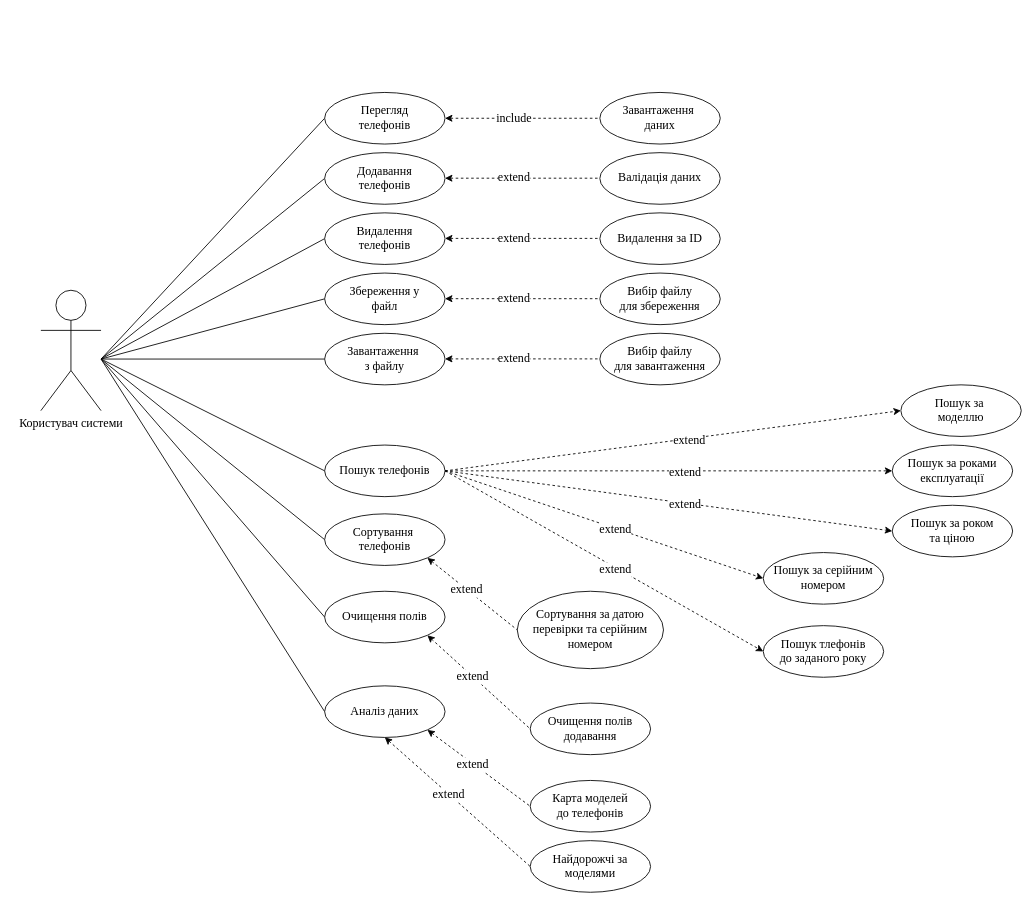
Above: usage-chart.drawio in HikiIN/mobile-inventory (draw.io), before the change. Source tidied: cells renumbered, new cells numbered last; positions are measured from the earlier drawing's top-left corner, leaving out a move shared by most shapes. Both pictures are drawn from the tidied source at 86%, with x=0, y=0 at pixel (40, 92).
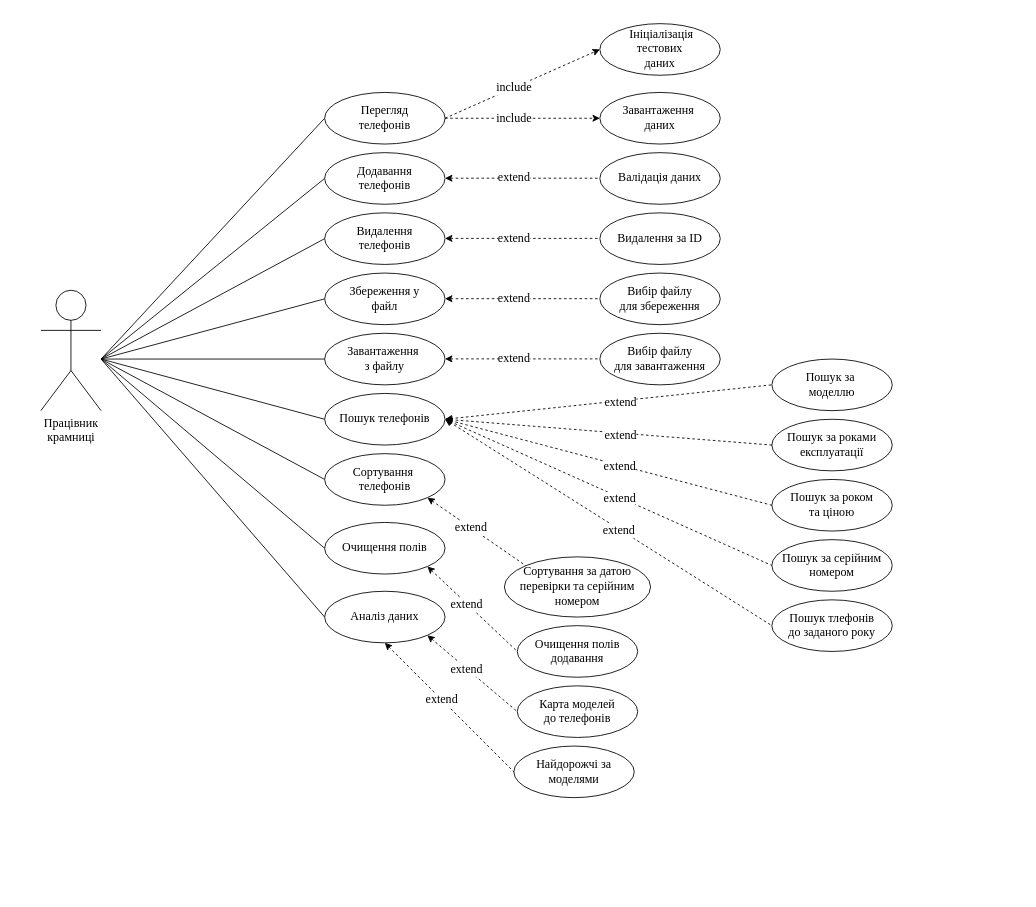
The same diagram, later.

The change refers to these unchanged cells:
```xml
<mxCell id="14" value="&lt;font style=&quot;font-size: 14px;&quot; face=&quot;Times New Roman&quot;&gt;Перегляд&lt;/font&gt;&lt;div&gt;&lt;font style=&quot;font-size: 14px;&quot; face=&quot;Times New Roman&quot;&gt;телефонів&lt;/font&gt;&lt;/div&gt;" style="ellipse;whiteSpace=wrap;html=1;" parent="1" vertex="1">
  <mxGeometry x="330" width="140" height="60" as="geometry" />
</mxCell>
<mxCell id="25" value="&lt;font face=&quot;Times New Roman&quot;&gt;&lt;span style=&quot;font-size: 14px;&quot;&gt;Завантаження&amp;nbsp;&lt;/span&gt;&lt;/font&gt;&lt;div&gt;&lt;font face=&quot;Times New Roman&quot;&gt;&lt;span style=&quot;font-size: 14px;&quot;&gt;даних&lt;/span&gt;&lt;/font&gt;&lt;/div&gt;" style="ellipse;whiteSpace=wrap;html=1;" parent="1" vertex="1">
  <mxGeometry x="650" width="140" height="60" as="geometry" />
</mxCell>
```

Diff of the diagram source:
```diff
@@
+    <mxCell id="63" style="rounded=0;whiteSpace=wrap;html=1;strokeColor=none;" parent="1" vertex="1">
+      <mxGeometry x="-30" y="-90" width="1030" height="920" as="geometry" />
+    </mxCell>
@@
-    <mxCell id="11" value="&lt;font face=&quot;Times New Roman&quot; style=&quot;font-size: 14px;&quot;&gt;Користувач системи&lt;/font&gt;" style="shape=umlActor;verticalLabelPosition=bottom;verticalAlign=top;html=1;strokeWidth=1;perimeterSpacing=0;" parent="1" vertex="1">
+    <mxCell id="11" value="&lt;font face=&quot;Times New Roman&quot; style=&quot;font-size: 14px;&quot;&gt;Працівник&lt;/font&gt;&lt;div&gt;&lt;font face=&quot;Times New Roman&quot; style=&quot;font-size: 14px;&quot;&gt;крамниці&lt;/font&gt;&lt;/div&gt;" style="shape=umlActor;verticalLabelPosition=bottom;verticalAlign=top;html=1;strokeWidth=1;perimeterSpacing=0;" parent="1" vertex="1">
       <mxGeometry y="230" width="70" height="140" as="geometry" />
     </mxCell>
-    <mxCell id="12" style="edgeStyle=orthogonalEdgeStyle;rounded=0;jettySize=auto;html=1;entryX=0;entryY=0.5;entryDx=0;entryDy=0;dashed=1;strokeWidth=1;endArrow=none;startFill=1;startArrow=classic;" parent="1" edge="1" source="14" target="25">
+    <mxCell id="12" style="edgeStyle=orthogonalEdgeStyle;rounded=0;jettySize=auto;html=1;entryX=0;entryY=0.5;entryDx=0;entryDy=0;dashed=1;strokeWidth=1;endArrow=classic;startFill=0;startArrow=none;endFill=1;" parent="1" edge="1" source="14" target="25">
       <mxGeometry relative="1" as="geometry" />
     </mxCell>
@@
-    <mxCell id="19" style="rounded=0;jettySize=auto;html=1;entryX=0;entryY=0.5;entryDx=0;entryDy=0;dashed=1;exitX=1;exitY=0.5;exitDx=0;exitDy=0;" parent="1" edge="1" source="21" target="26">
+    <mxCell id="19" style="rounded=0;jettySize=auto;html=1;entryX=0;entryY=0.5;entryDx=0;entryDy=0;dashed=1;exitX=1;exitY=0.5;exitDx=0;exitDy=0;endArrow=none;startFill=1;startArrow=classic;" parent="1" edge="1" source="21" target="26">
       <mxGeometry relative="1" as="geometry" />
     </mxCell>
@@
     <mxCell id="21" value="&lt;font face=&quot;Times New Roman&quot;&gt;&lt;span style=&quot;font-size: 14px;&quot;&gt;Пошук телефонів&lt;/span&gt;&lt;/font&gt;" style="ellipse;whiteSpace=wrap;html=1;" parent="1" vertex="1">
-      <mxGeometry x="330" y="410" width="140" height="60" as="geometry" />
+      <mxGeometry x="330" y="350" width="140" height="60" as="geometry" />
     </mxCell>
-    <mxCell id="22" style="rounded=0;jettySize=auto;html=1;entryX=0;entryY=0.5;entryDx=0;entryDy=0;dashed=1;strokeWidth=1;exitX=1;exitY=1;exitDx=0;exitDy=0;startArrow=classic;startFill=1;endArrow=none;" parent="1" edge="1" source="24" target="31">
+    <mxCell id="22" style="rounded=0;jettySize=auto;html=1;entryX=0;entryY=0;entryDx=0;entryDy=0;dashed=1;strokeWidth=1;exitX=1;exitY=1;exitDx=0;exitDy=0;startArrow=classic;startFill=1;endArrow=none;" parent="1" edge="1" source="24" target="31">
       <mxGeometry relative="1" as="geometry" />
     </mxCell>
@@
     <mxCell id="24" value="&lt;font face=&quot;Times New Roman&quot;&gt;&lt;span style=&quot;font-size: 14px;&quot;&gt;Сортування&amp;nbsp;&lt;/span&gt;&lt;/font&gt;&lt;div&gt;&lt;font face=&quot;Times New Roman&quot;&gt;&lt;span style=&quot;font-size: 14px;&quot;&gt;телефонів&lt;/span&gt;&lt;/font&gt;&lt;/div&gt;" style="ellipse;whiteSpace=wrap;html=1;" parent="1" vertex="1">
-      <mxGeometry x="330" y="490" width="140" height="60" as="geometry" />
+      <mxGeometry x="330" y="420" width="140" height="60" as="geometry" />
     </mxCell>
@@
     <mxCell id="26" value="&lt;font face=&quot;Times New Roman&quot;&gt;&lt;span style=&quot;font-size: 14px;&quot;&gt;Пошук за&amp;nbsp;&lt;/span&gt;&lt;/font&gt;&lt;div&gt;&lt;font face=&quot;Times New Roman&quot;&gt;&lt;span style=&quot;font-size: 14px;&quot;&gt;моделлю&lt;/span&gt;&lt;/font&gt;&lt;/div&gt;" style="ellipse;whiteSpace=wrap;html=1;" parent="1" vertex="1">
-      <mxGeometry x="1000" y="340" width="140" height="60" as="geometry" />
+      <mxGeometry x="850" y="310" width="140" height="60" as="geometry" />
     </mxCell>
     <mxCell id="27" value="&lt;font face=&quot;Times New Roman&quot;&gt;&lt;span style=&quot;font-size: 14px;&quot;&gt;Пошук за роками&lt;/span&gt;&lt;/font&gt;&lt;div&gt;&lt;font face=&quot;Times New Roman&quot;&gt;&lt;span style=&quot;font-size: 14px;&quot;&gt;експлуатації&lt;/span&gt;&lt;/font&gt;&lt;/div&gt;" style="ellipse;whiteSpace=wrap;html=1;" parent="1" vertex="1">
-      <mxGeometry x="990" y="410" width="140" height="60" as="geometry" />
+      <mxGeometry x="850" y="380" width="140" height="60" as="geometry" />
     </mxCell>
     <mxCell id="28" value="&lt;font face=&quot;Times New Roman&quot;&gt;&lt;span style=&quot;font-size: 14px;&quot;&gt;Пошук за роком&lt;/span&gt;&lt;/font&gt;&lt;div&gt;&lt;font face=&quot;Times New Roman&quot;&gt;&lt;span style=&quot;font-size: 14px;&quot;&gt;та ціною&lt;/span&gt;&lt;/font&gt;&lt;/div&gt;" style="ellipse;whiteSpace=wrap;html=1;" parent="1" vertex="1">
-      <mxGeometry x="990" y="480" width="140" height="60" as="geometry" />
+      <mxGeometry x="850" y="450" width="140" height="60" as="geometry" />
     </mxCell>
     <mxCell id="29" value="&lt;font face=&quot;Times New Roman&quot;&gt;&lt;span style=&quot;font-size: 14px;&quot;&gt;Пошук за серійним&lt;/span&gt;&lt;/font&gt;&lt;div&gt;&lt;font face=&quot;Times New Roman&quot;&gt;&lt;span style=&quot;font-size: 14px;&quot;&gt;номером&lt;/span&gt;&lt;/font&gt;&lt;/div&gt;" style="ellipse;whiteSpace=wrap;html=1;" parent="1" vertex="1">
-      <mxGeometry x="840" y="535" width="140" height="60" as="geometry" />
+      <mxGeometry x="850" y="520" width="140" height="60" as="geometry" />
     </mxCell>
     <mxCell id="30" value="&lt;font face=&quot;Times New Roman&quot;&gt;&lt;span style=&quot;font-size: 14px;&quot;&gt;Пошук тлефонів&lt;/span&gt;&lt;/font&gt;&lt;div&gt;&lt;font face=&quot;Times New Roman&quot;&gt;&lt;span style=&quot;font-size: 14px;&quot;&gt;до заданого року&lt;/span&gt;&lt;/font&gt;&lt;/div&gt;" style="ellipse;whiteSpace=wrap;html=1;" parent="1" vertex="1">
-      <mxGeometry x="840" y="620" width="140" height="60" as="geometry" />
+      <mxGeometry x="850" y="590" width="140" height="60" as="geometry" />
     </mxCell>
     <mxCell id="31" value="&lt;font face=&quot;Times New Roman&quot;&gt;&lt;span style=&quot;font-size: 14px;&quot;&gt;Сортування за датою&lt;/span&gt;&lt;/font&gt;&lt;div&gt;&lt;font face=&quot;Times New Roman&quot;&gt;&lt;span style=&quot;font-size: 14px;&quot;&gt;перевірки та серійним номером&lt;/span&gt;&lt;/font&gt;&lt;/div&gt;" style="ellipse;whiteSpace=wrap;html=1;" parent="1" vertex="1">
-      <mxGeometry x="554" y="580" width="170" height="90" as="geometry" />
+      <mxGeometry x="539" y="540" width="170" height="70" as="geometry" />
     </mxCell>
     <mxCell id="32" value="&lt;font face=&quot;Times New Roman&quot;&gt;&lt;span style=&quot;font-size: 14px;&quot;&gt;Карта моделей&lt;/span&gt;&lt;/font&gt;&lt;div&gt;&lt;font face=&quot;Times New Roman&quot;&gt;&lt;span style=&quot;font-size: 14px;&quot;&gt;до телефонів&lt;/span&gt;&lt;/font&gt;&lt;/div&gt;" style="ellipse;whiteSpace=wrap;html=1;" parent="1" vertex="1">
-      <mxGeometry x="569" y="800" width="140" height="60" as="geometry" />
+      <mxGeometry x="554" y="690" width="140" height="60" as="geometry" />
     </mxCell>
     <mxCell id="33" value="&lt;font face=&quot;Times New Roman&quot;&gt;&lt;span style=&quot;font-size: 14px;&quot;&gt;Найдорожчі за моделями&lt;/span&gt;&lt;/font&gt;" style="ellipse;whiteSpace=wrap;html=1;" parent="1" vertex="1">
-      <mxGeometry x="569" y="870" width="140" height="60" as="geometry" />
+      <mxGeometry x="550" y="760" width="140" height="60" as="geometry" />
     </mxCell>
-    <mxCell id="34" style="rounded=0;jettySize=auto;html=1;entryX=0;entryY=0.5;entryDx=0;entryDy=0;dashed=1;exitX=1;exitY=0.5;exitDx=0;exitDy=0;" parent="1" edge="1" source="21" target="27">
+    <mxCell id="34" style="rounded=0;jettySize=auto;html=1;entryX=0;entryY=0.5;entryDx=0;entryDy=0;dashed=1;exitX=1;exitY=0.5;exitDx=0;exitDy=0;endArrow=none;startFill=1;startArrow=classic;" parent="1" edge="1" source="21" target="27">
       <mxGeometry relative="1" as="geometry" />
     </mxCell>
@@
-    <mxCell id="36" style="rounded=0;jettySize=auto;html=1;entryX=0;entryY=0.5;entryDx=0;entryDy=0;dashed=1;exitX=1;exitY=0.5;exitDx=0;exitDy=0;" parent="1" edge="1" source="21" target="28">
+    <mxCell id="36" style="rounded=0;jettySize=auto;html=1;entryX=0;entryY=0.5;entryDx=0;entryDy=0;dashed=1;exitX=1;exitY=0.5;exitDx=0;exitDy=0;endArrow=none;startFill=1;startArrow=classic;" parent="1" edge="1" source="21" target="28">
       <mxGeometry relative="1" as="geometry" />
     </mxCell>
@@
-    <mxCell id="38" style="rounded=0;jettySize=auto;html=1;entryX=0;entryY=0.5;entryDx=0;entryDy=0;dashed=1;exitX=1;exitY=0.5;exitDx=0;exitDy=0;" parent="1" edge="1" source="21" target="29">
+    <mxCell id="38" style="rounded=0;jettySize=auto;html=1;entryX=0;entryY=0.5;entryDx=0;entryDy=0;dashed=1;exitX=1;exitY=0.5;exitDx=0;exitDy=0;endArrow=none;startFill=1;startArrow=classic;" parent="1" edge="1" source="21" target="29">
       <mxGeometry relative="1" as="geometry" />
     </mxCell>
@@
-    <mxCell id="40" style="rounded=0;jettySize=auto;html=1;entryX=0;entryY=0.5;entryDx=0;entryDy=0;dashed=1;exitX=1;exitY=0.5;exitDx=0;exitDy=0;" parent="1" edge="1" source="21" target="30">
+    <mxCell id="40" style="rounded=0;jettySize=auto;html=1;entryX=0;entryY=0.5;entryDx=0;entryDy=0;dashed=1;exitX=1;exitY=0.5;exitDx=0;exitDy=0;endArrow=none;startFill=1;startArrow=classic;" parent="1" edge="1" source="21" target="30">
       <mxGeometry relative="1" as="geometry" />
     </mxCell>
@@
     <mxCell id="51" value="&lt;font face=&quot;Times New Roman&quot;&gt;&lt;span style=&quot;font-size: 14px;&quot;&gt;Очищення полів&lt;/span&gt;&lt;/font&gt;" style="ellipse;whiteSpace=wrap;html=1;" parent="1" vertex="1">
-      <mxGeometry x="330" y="580" width="140" height="60" as="geometry" />
+      <mxGeometry x="330" y="500" width="140" height="60" as="geometry" />
     </mxCell>
     <mxCell id="52" value="&lt;font face=&quot;Times New Roman&quot;&gt;&lt;span style=&quot;font-size: 14px;&quot;&gt;Очищення полів&lt;/span&gt;&lt;/font&gt;&lt;div&gt;&lt;font face=&quot;Times New Roman&quot;&gt;&lt;span style=&quot;font-size: 14px;&quot;&gt;додавання&lt;/span&gt;&lt;/font&gt;&lt;/div&gt;" style="ellipse;whiteSpace=wrap;html=1;" parent="1" vertex="1">
-      <mxGeometry x="569" y="710" width="140" height="60" as="geometry" />
+      <mxGeometry x="554" y="620" width="140" height="60" as="geometry" />
     </mxCell>
@@
     <mxCell id="55" value="&lt;font face=&quot;Times New Roman&quot;&gt;&lt;span style=&quot;font-size: 14px;&quot;&gt;Аналіз даних&lt;/span&gt;&lt;/font&gt;" style="ellipse;whiteSpace=wrap;html=1;" parent="1" vertex="1">
-      <mxGeometry x="330" y="690" width="140" height="60" as="geometry" />
+      <mxGeometry x="330" y="580" width="140" height="60" as="geometry" />
     </mxCell>
@@
+    <mxCell id="64" value="&lt;font face=&quot;Times New Roman&quot;&gt;&lt;span style=&quot;font-size: 14px;&quot;&gt;&amp;nbsp;Ініціалізація&lt;/span&gt;&lt;/font&gt;&lt;div&gt;&lt;font face=&quot;Times New Roman&quot;&gt;&lt;span style=&quot;font-size: 14px;&quot;&gt;тестових&lt;/span&gt;&lt;/font&gt;&lt;div&gt;&lt;font face=&quot;Times New Roman&quot;&gt;&lt;span style=&quot;font-size: 14px;&quot;&gt;даних&lt;/span&gt;&lt;/font&gt;&lt;/div&gt;&lt;/div&gt;" style="ellipse;whiteSpace=wrap;html=1;" parent="1" vertex="1">
+      <mxGeometry x="650" y="-80" width="140" height="60" as="geometry" />
+    </mxCell>
+    <mxCell id="65" style="rounded=0;jettySize=auto;html=1;entryX=0;entryY=0.5;entryDx=0;entryDy=0;dashed=1;strokeWidth=1;endArrow=classic;startFill=0;startArrow=none;endFill=1;exitX=1;exitY=0.5;exitDx=0;exitDy=0;" parent="1" edge="1" source="14" target="64">
+      <mxGeometry relative="1" as="geometry" />
+    </mxCell>
+    <mxCell id="66" value="&lt;font face=&quot;Times New Roman&quot; style=&quot;font-size: 14px;&quot;&gt;include&lt;/font&gt;" style="edgeLabel;html=1;align=center;verticalAlign=middle;" parent="65" vertex="1">
+      <mxGeometry x="-0.12" relative="1" as="geometry" />
+    </mxCell>
```
